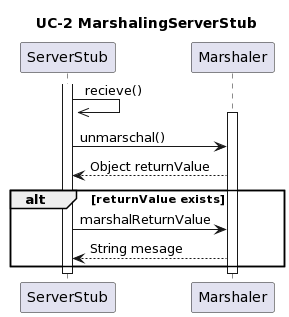
This is doku-middleware/UC-2-MarshalingServerStub.png from PrismFox/tron-game, a PlantUML export, as it was before one commit.
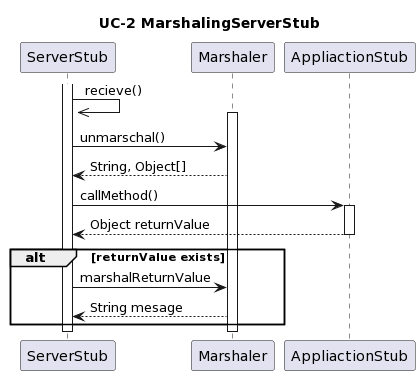
Later version of the same file.

What changed in the source:
```diff
@@ -7,13 +7,20 @@
   ServerStub ->> ServerStub : recieve()
   activate Marshaler
   ServerStub -> Marshaler: unmarschal()
-  Marshaler --> ServerStub : Object returnValue
+  Marshaler --> ServerStub : String, Object[]
+
+
+  ServerStub -> AppliactionStub: callMethod()
+  activate AppliactionStub
+  return Object returnValue
+  deactivate AppliactionStub
 
 
   alt returnValue exists
     ServerStub -> Marshaler: marshalReturnValue
     Marshaler --> ServerStub: String mesage
   end
+
   deactivate ServerStub
   deactivate Marshaler
 @enduml
```
